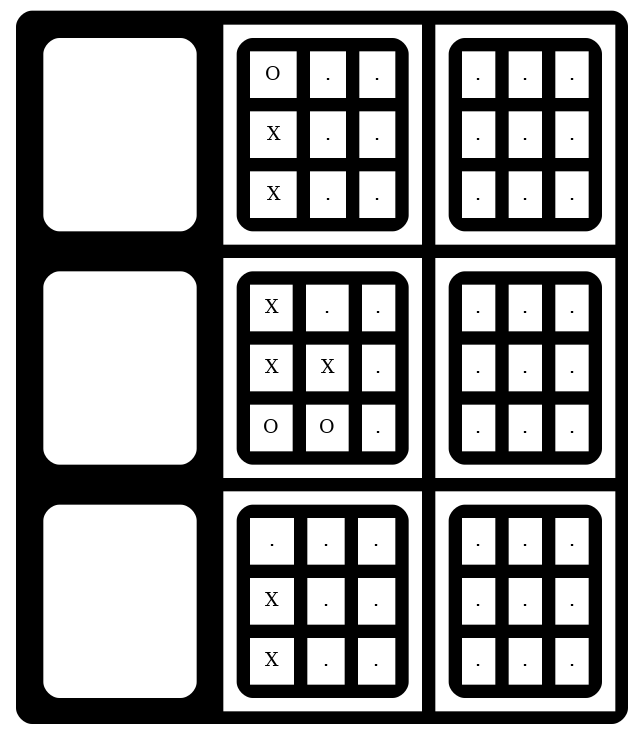
This is sm_refresh/g.png from AliasXoX/SuperMorpion, a Graphviz export, as it was before one commit. Its source is kept beside it as sm_refresh/g.dot. Its diagram source:
```dot
digraph  {
a0 [shape=none label=<
<TABLE border="0" cellspacing="10" cellpadding="10" style="rounded" bgcolor="black">
<TR>

<TD bgcolor="black">
<TABLE border="0" cellspacing="10" cellpadding="10" style="rounded" bgcolor="white">
<TR>
<TD bgcolor="white">&nbsp;</TD>
<TD bgcolor="white">&nbsp;</TD>
<TD bgcolor="white">&nbsp;</TD>
</TR>
<TR>
<TD bgcolor="white">&nbsp;</TD>
<TD bgcolor="white">&nbsp;</TD>
<TD bgcolor="white">&nbsp;</TD>
</TR>
<TR>
<TD bgcolor="white">&nbsp;</TD>
<TD bgcolor="white">&nbsp;</TD>
<TD bgcolor="white">&nbsp;</TD>
</TR>
</TABLE>
</TD>

<TD bgcolor="white">
<TABLE border="0" cellspacing="10" cellpadding="10" style="rounded" bgcolor="black">
<TR>
<TD bgcolor="white">O</TD>
<TD bgcolor="white">.</TD>
<TD bgcolor="white">.</TD>
</TR>
<TR>
<TD bgcolor="white">X</TD>
<TD bgcolor="white">.</TD>
<TD bgcolor="white">.</TD>
</TR>
<TR>
<TD bgcolor="white">X</TD>
<TD bgcolor="white">.</TD>
<TD bgcolor="white">.</TD>
</TR>
</TABLE>
</TD>

<TD bgcolor="white">
<TABLE border="0" cellspacing="10" cellpadding="10" style="rounded" bgcolor="black">
<TR>
<TD bgcolor="white">.</TD>
<TD bgcolor="white">.</TD>
<TD bgcolor="white">.</TD>
</TR>
<TR>
<TD bgcolor="white">.</TD>
<TD bgcolor="white">.</TD>
<TD bgcolor="white">.</TD>
</TR>
<TR>
<TD bgcolor="white">.</TD>
<TD bgcolor="white">.</TD>
<TD bgcolor="white">.</TD>
</TR>
</TABLE>
</TD>

</TR>
<TR>

<TD bgcolor="black">
<TABLE border="0" cellspacing="10" cellpadding="10" style="rounded" bgcolor="white">
<TR>
<TD bgcolor="white">&nbsp;</TD>
<TD bgcolor="white">&nbsp;</TD>
<TD bgcolor="white">&nbsp;</TD>
</TR>
<TR>
<TD bgcolor="white">&nbsp;</TD>
<TD bgcolor="white">&nbsp;</TD>
<TD bgcolor="white">&nbsp;</TD>
</TR>
<TR>
<TD bgcolor="white">&nbsp;</TD>
<TD bgcolor="white">&nbsp;</TD>
<TD bgcolor="white">&nbsp;</TD>
</TR>
</TABLE>
</TD>

<TD bgcolor="white">
<TABLE border="0" cellspacing="10" cellpadding="10" style="rounded" bgcolor="black">
<TR>
<TD bgcolor="white">X</TD>
<TD bgcolor="white">.</TD>
<TD bgcolor="white">.</TD>
</TR>
<TR>
<TD bgcolor="white">X</TD>
<TD bgcolor="white">X</TD>
<TD bgcolor="white">.</TD>
</TR>
<TR>
<TD bgcolor="white">O</TD>
<TD bgcolor="white">O</TD>
<TD bgcolor="white">.</TD>
</TR>
</TABLE>
</TD>

<TD bgcolor="white">
<TABLE border="0" cellspacing="10" cellpadding="10" style="rounded" bgcolor="black">
<TR>
<TD bgcolor="white">.</TD>
<TD bgcolor="white">.</TD>
<TD bgcolor="white">.</TD>
</TR>
<TR>
<TD bgcolor="white">.</TD>
<TD bgcolor="white">.</TD>
<TD bgcolor="white">.</TD>
</TR>
<TR>
<TD bgcolor="white">.</TD>
<TD bgcolor="white">.</TD>
<TD bgcolor="white">.</TD>
</TR>
</TABLE>
</TD>

</TR>
<TR>

<TD bgcolor="black">
<TABLE border="0" cellspacing="10" cellpadding="10" style="rounded" bgcolor="white">
<TR>
<TD bgcolor="white">&nbsp;</TD>
<TD bgcolor="white">&nbsp;</TD>
<TD bgcolor="white">&nbsp;</TD>
</TR>
<TR>
<TD bgcolor="white">&nbsp;</TD>
<TD bgcolor="white">&nbsp;</TD>
<TD bgcolor="white">&nbsp;</TD>
</TR>
<TR>
<TD bgcolor="white">&nbsp;</TD>
<TD bgcolor="white">&nbsp;</TD>
<TD bgcolor="white">&nbsp;</TD>
</TR>
</TABLE>
</TD>

<TD bgcolor="white">
<TABLE border="0" cellspacing="10" cellpadding="10" style="rounded" bgcolor="black">
<TR>
<TD bgcolor="white">.</TD>
<TD bgcolor="white">.</TD>
<TD bgcolor="white">.</TD>
</TR>
<TR>
<TD bgcolor="white">X</TD>
<TD bgcolor="white">.</TD>
<TD bgcolor="white">.</TD>
</TR>
<TR>
<TD bgcolor="white">X</TD>
<TD bgcolor="white">.</TD>
<TD bgcolor="white">.</TD>
</TR>
</TABLE>
</TD>

<TD bgcolor="white">
<TABLE border="0" cellspacing="10" cellpadding="10" style="rounded" bgcolor="black">
<TR>
<TD bgcolor="white">.</TD>
<TD bgcolor="white">.</TD>
<TD bgcolor="white">.</TD>
</TR>
<TR>
<TD bgcolor="white">.</TD>
<TD bgcolor="white">.</TD>
<TD bgcolor="white">.</TD>
</TR>
<TR>
<TD bgcolor="white">.</TD>
<TD bgcolor="white">.</TD>
<TD bgcolor="white">.</TD>
</TR>
</TABLE>
</TD>

</TR>
</TABLE>

>];

}
```
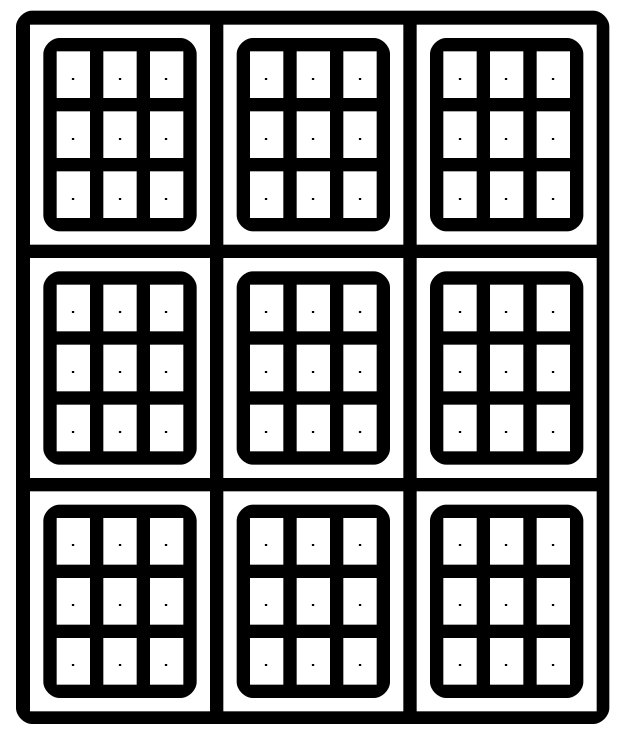
After the change.

What changed in the source:
```diff
@@ -3,22 +3,22 @@
 <TABLE border="0" cellspacing="10" cellpadding="10" style="rounded" bgcolor="black">
 <TR>
 
-<TD bgcolor="black">
-<TABLE border="0" cellspacing="10" cellpadding="10" style="rounded" bgcolor="white">
+<TD bgcolor="white">
+<TABLE border="0" cellspacing="10" cellpadding="10" style="rounded" bgcolor="black">
 <TR>
-<TD bgcolor="white">&nbsp;</TD>
-<TD bgcolor="white">&nbsp;</TD>
-<TD bgcolor="white">&nbsp;</TD>
+<TD bgcolor="white">.</TD>
+<TD bgcolor="white">.</TD>
+<TD bgcolor="white">.</TD>
 </TR>
 <TR>
-<TD bgcolor="white">&nbsp;</TD>
-<TD bgcolor="white">&nbsp;</TD>
-<TD bgcolor="white">&nbsp;</TD>
+<TD bgcolor="white">.</TD>
+<TD bgcolor="white">.</TD>
+<TD bgcolor="white">.</TD>
 </TR>
 <TR>
-<TD bgcolor="white">&nbsp;</TD>
-<TD bgcolor="white">&nbsp;</TD>
-<TD bgcolor="white">&nbsp;</TD>
+<TD bgcolor="white">.</TD>
+<TD bgcolor="white">.</TD>
+<TD bgcolor="white">.</TD>
 </TR>
 </TABLE>
 </TD>
@@ -26,17 +26,17 @@
 <TD bgcolor="white">
 <TABLE border="0" cellspacing="10" cellpadding="10" style="rounded" bgcolor="black">
 <TR>
-<TD bgcolor="white">O</TD>
+<TD bgcolor="white">.</TD>
 <TD bgcolor="white">.</TD>
 <TD bgcolor="white">.</TD>
 </TR>
 <TR>
-<TD bgcolor="white">X</TD>
+<TD bgcolor="white">.</TD>
 <TD bgcolor="white">.</TD>
 <TD bgcolor="white">.</TD>
 </TR>
 <TR>
-<TD bgcolor="white">X</TD>
+<TD bgcolor="white">.</TD>
 <TD bgcolor="white">.</TD>
 <TD bgcolor="white">.</TD>
 </TR>
@@ -66,22 +66,22 @@
 </TR>
 <TR>
 
-<TD bgcolor="black">
-<TABLE border="0" cellspacing="10" cellpadding="10" style="rounded" bgcolor="white">
+<TD bgcolor="white">
+<TABLE border="0" cellspacing="10" cellpadding="10" style="rounded" bgcolor="black">
 <TR>
-<TD bgcolor="white">&nbsp;</TD>
-<TD bgcolor="white">&nbsp;</TD>
-<TD bgcolor="white">&nbsp;</TD>
+<TD bgcolor="white">.</TD>
+<TD bgcolor="white">.</TD>
+<TD bgcolor="white">.</TD>
 </TR>
 <TR>
-<TD bgcolor="white">&nbsp;</TD>
-<TD bgcolor="white">&nbsp;</TD>
-<TD bgcolor="white">&nbsp;</TD>
+<TD bgcolor="white">.</TD>
+<TD bgcolor="white">.</TD>
+<TD bgcolor="white">.</TD>
 </TR>
 <TR>
-<TD bgcolor="white">&nbsp;</TD>
-<TD bgcolor="white">&nbsp;</TD>
-<TD bgcolor="white">&nbsp;</TD>
+<TD bgcolor="white">.</TD>
+<TD bgcolor="white">.</TD>
+<TD bgcolor="white">.</TD>
 </TR>
 </TABLE>
 </TD>
@@ -89,18 +89,18 @@
 <TD bgcolor="white">
 <TABLE border="0" cellspacing="10" cellpadding="10" style="rounded" bgcolor="black">
 <TR>
-<TD bgcolor="white">X</TD>
+<TD bgcolor="white">.</TD>
 <TD bgcolor="white">.</TD>
 <TD bgcolor="white">.</TD>
 </TR>
 <TR>
-<TD bgcolor="white">X</TD>
-<TD bgcolor="white">X</TD>
+<TD bgcolor="white">.</TD>
+<TD bgcolor="white">.</TD>
 <TD bgcolor="white">.</TD>
 </TR>
 <TR>
-<TD bgcolor="white">O</TD>
-<TD bgcolor="white">O</TD>
+<TD bgcolor="white">.</TD>
+<TD bgcolor="white">.</TD>
 <TD bgcolor="white">.</TD>
 </TR>
 </TABLE>
@@ -129,22 +129,22 @@
 </TR>
 <TR>
 
-<TD bgcolor="black">
-<TABLE border="0" cellspacing="10" cellpadding="10" style="rounded" bgcolor="white">
+<TD bgcolor="white">
+<TABLE border="0" cellspacing="10" cellpadding="10" style="rounded" bgcolor="black">
 <TR>
-<TD bgcolor="white">&nbsp;</TD>
-<TD bgcolor="white">&nbsp;</TD>
-<TD bgcolor="white">&nbsp;</TD>
+<TD bgcolor="white">.</TD>
+<TD bgcolor="white">.</TD>
+<TD bgcolor="white">.</TD>
 </TR>
 <TR>
-<TD bgcolor="white">&nbsp;</TD>
-<TD bgcolor="white">&nbsp;</TD>
-<TD bgcolor="white">&nbsp;</TD>
+<TD bgcolor="white">.</TD>
+<TD bgcolor="white">.</TD>
+<TD bgcolor="white">.</TD>
 </TR>
 <TR>
-<TD bgcolor="white">&nbsp;</TD>
-<TD bgcolor="white">&nbsp;</TD>
-<TD bgcolor="white">&nbsp;</TD>
+<TD bgcolor="white">.</TD>
+<TD bgcolor="white">.</TD>
+<TD bgcolor="white">.</TD>
 </TR>
 </TABLE>
 </TD>
@@ -157,12 +157,12 @@
 <TD bgcolor="white">.</TD>
 </TR>
 <TR>
-<TD bgcolor="white">X</TD>
+<TD bgcolor="white">.</TD>
 <TD bgcolor="white">.</TD>
 <TD bgcolor="white">.</TD>
 </TR>
 <TR>
-<TD bgcolor="white">X</TD>
+<TD bgcolor="white">.</TD>
 <TD bgcolor="white">.</TD>
 <TD bgcolor="white">.</TD>
 </TR>
```
